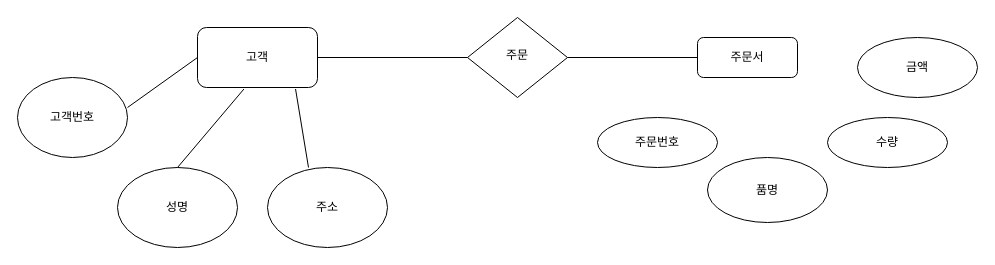
The draw.io diagram 제목 없는 다이어그램.drawio in ei1111/erd, before the edit. Source tidied: cells renumbered, new cells numbered last; positions are measured from the earlier drawing's top-left corner, leaving out a move shared by most shapes. Both pictures are drawn from the tidied source at 100%, with x=0, y=0 at pixel (17, 17).
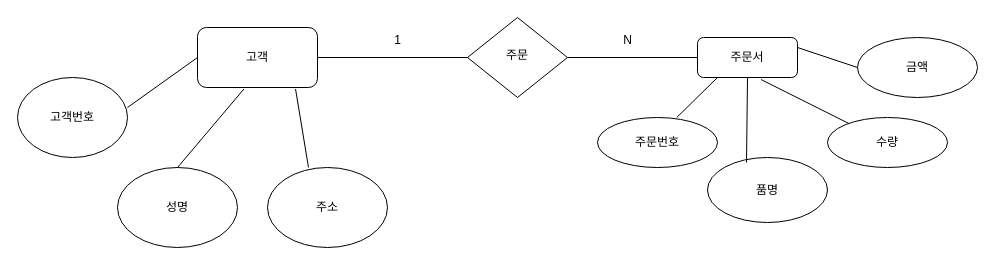
After the change.

Commit message:
제목 없는 다이어그램.drawio 업데이트

The change refers to these unchanged cells:
```xml
<mxCell id="4" value="주문서" style="rounded=1;whiteSpace=wrap;html=1;fontSize=12;glass=0;strokeWidth=1;shadow=0;" parent="1" vertex="1">
  <mxGeometry x="680" y="20" width="100" height="40" as="geometry" />
</mxCell>
<mxCell id="5" value="주문번호" style="ellipse;whiteSpace=wrap;html=1;" parent="1" vertex="1">
  <mxGeometry x="580" y="100" width="120" height="50" as="geometry" />
</mxCell>
<mxCell id="12" value="수량" style="ellipse;whiteSpace=wrap;html=1;" parent="1" vertex="1">
  <mxGeometry x="810" y="100" width="120" height="50" as="geometry" />
</mxCell>
<mxCell id="13" value="금액" style="ellipse;whiteSpace=wrap;html=1;" parent="1" vertex="1">
  <mxGeometry x="840" y="20" width="120" height="60" as="geometry" />
</mxCell>
```

Diff of the diagram source:
```diff
@@
+    <mxCell id="17" style="endArrow=none;html=1;rounded=0;exitX=0.661;exitY=-0.001;exitDx=0;exitDy=0;exitPerimeter=0;" parent="1" edge="1" source="5">
+      <mxGeometry relative="1" as="geometry">
+        <mxPoint x="700" y="60" as="targetPoint" />
+      </mxGeometry>
+    </mxCell>
+    <mxCell id="18" style="endArrow=none;html=1;rounded=0;exitX=0.661;exitY=-0.001;exitDx=0;exitDy=0;exitPerimeter=0;entryX=0.5;entryY=1;entryDx=0;entryDy=0;" parent="1" edge="1" target="4">
+      <mxGeometry relative="1" as="geometry">
+        <mxPoint x="729" y="145" as="sourcePoint" />
+      </mxGeometry>
+    </mxCell>
+    <mxCell id="19" style="endArrow=none;html=1;rounded=0;exitX=0;exitY=0.5;exitDx=0;exitDy=0;entryX=1;entryY=0.25;entryDx=0;entryDy=0;" parent="1" edge="1" source="13" target="4">
+      <mxGeometry relative="1" as="geometry" />
+    </mxCell>
+    <mxCell id="20" style="endArrow=none;html=1;rounded=0;entryX=0.635;entryY=1.051;entryDx=0;entryDy=0;entryPerimeter=0;" parent="1" edge="1" source="12" target="4">
+      <mxGeometry relative="1" as="geometry" />
+    </mxCell>
+    <mxCell id="21" value="1" style="text;html=1;align=center;verticalAlign=middle;strokeColor=none;fillColor=none;" parent="1" vertex="1">
+      <mxGeometry x="365" y="8" width="30" height="30" as="geometry" />
+    </mxCell>
+    <mxCell id="22" value="N" style="text;html=1;align=center;verticalAlign=middle;strokeColor=none;fillColor=none;" parent="1" vertex="1">
+      <mxGeometry x="595" y="8" width="30" height="30" as="geometry" />
+    </mxCell>
```
